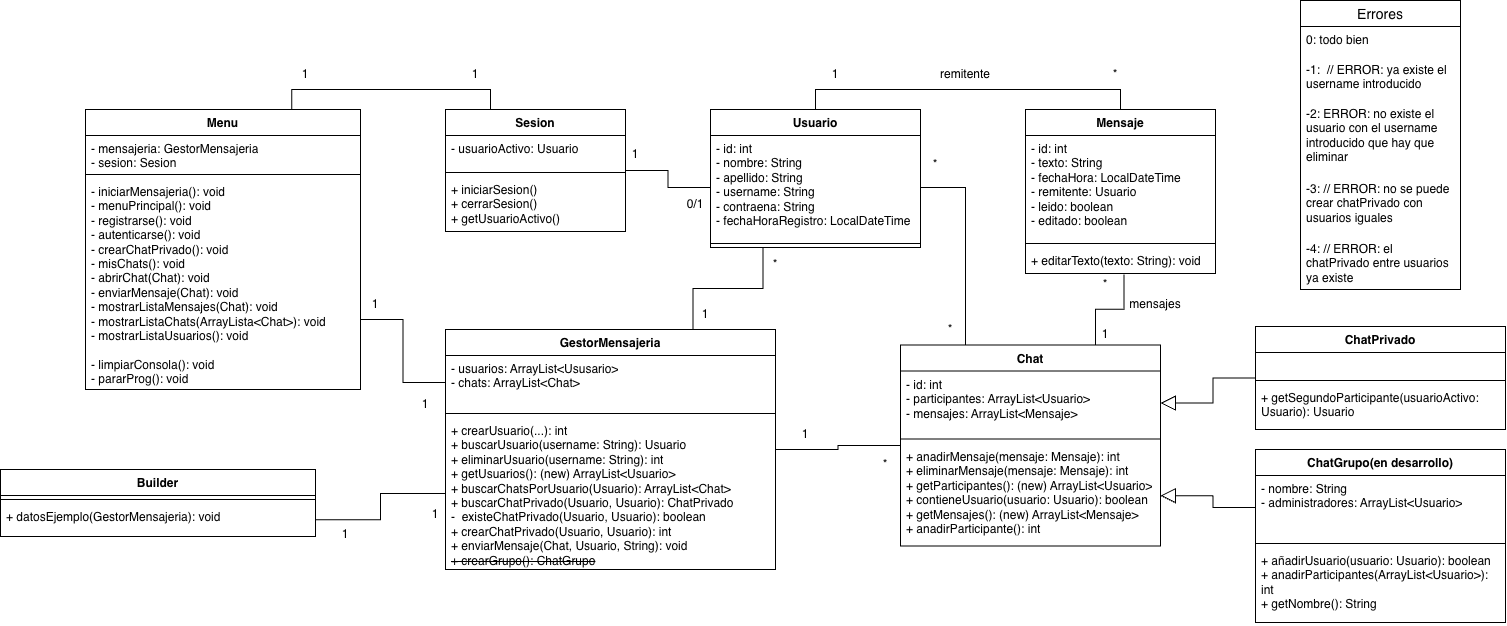
Above: mensajeriaDiagrama.drawio.png in martishenya/messengerJava (draw.io), before the change. Source tidied: cells renumbered, new cells last; positions are measured from the earlier drawing's top-left corner, leaving out a move shared by most shapes.
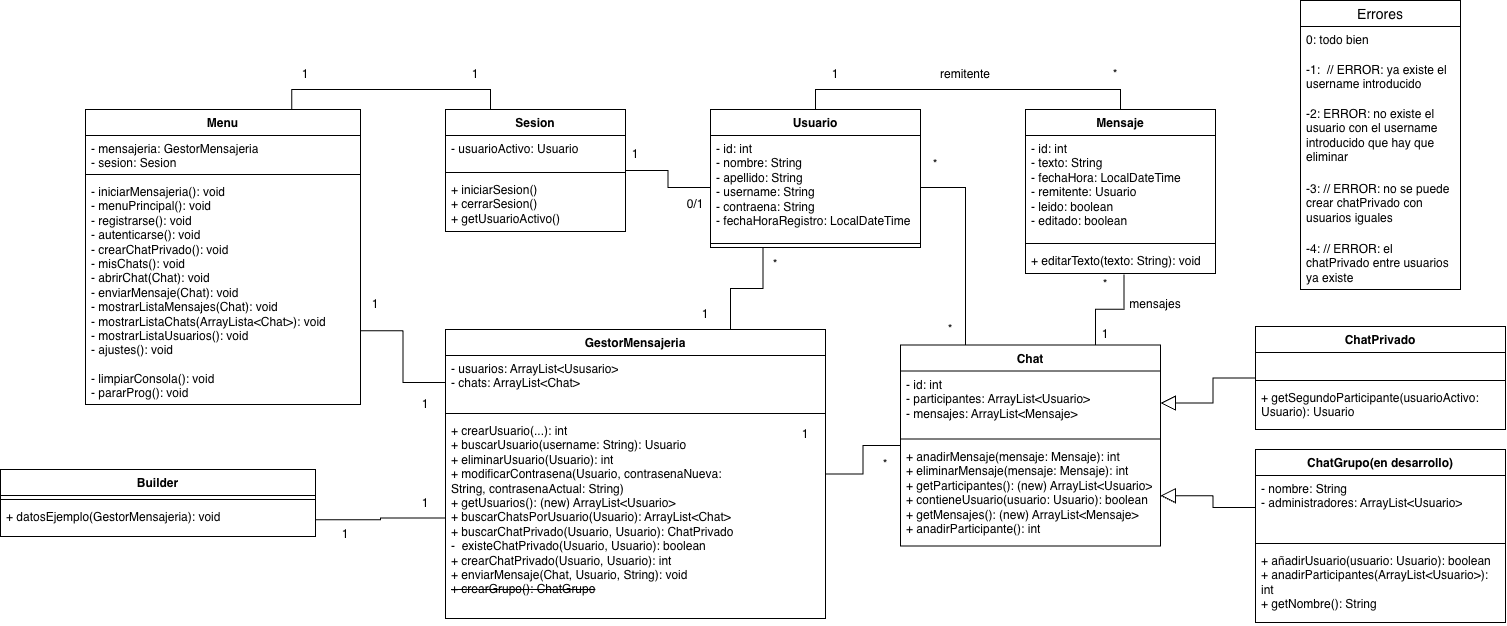
The same file after the commit.

Diff of the diagram source:
```diff
@@ -63,16 +63,16 @@
       <mxGeometry relative="1" as="geometry" />
     </mxCell>
     <mxCell id="22" value="GestorMensajeria" style="swimlane;fontStyle=1;align=center;verticalAlign=top;horizontal=1;startSize=26;whiteSpace=wrap;html=1;" parent="1" vertex="1">
-      <mxGeometry x="445" y="329" width="330" height="240" as="geometry" />
+      <mxGeometry x="445" y="329" width="380" height="289" as="geometry" />
     </mxCell>
     <mxCell id="23" value="&lt;div&gt;- usuarios: ArrayList&amp;lt;Ususario&amp;gt;&lt;br&gt;&lt;div&gt;- chats: ArrayList&amp;lt;Chat&amp;gt;&lt;/div&gt;&lt;/div&gt;" style="text;strokeColor=none;fillColor=none;align=left;verticalAlign=top;spacingLeft=4;spacingRight=4;overflow=hidden;points=[[0,0.5],[1,0.5]];portConstraint=eastwest;whiteSpace=wrap;html=1;" parent="22" vertex="1">
-      <mxGeometry y="26" width="330" height="54" as="geometry" />
+      <mxGeometry y="26" width="380" height="54" as="geometry" />
     </mxCell>
     <mxCell id="24" style="line;strokeWidth=1;fillColor=none;align=left;verticalAlign=middle;spacingTop=-1;spacingLeft=3;spacingRight=3;labelPosition=right;strokeColor=inherit;" parent="22" vertex="1">
-      <mxGeometry y="80" width="330" height="8" as="geometry" />
+      <mxGeometry y="80" width="380" height="8" as="geometry" />
     </mxCell>
-    <mxCell id="25" value="&lt;div&gt;+ crearUsuario(...): int&lt;/div&gt;&lt;div&gt;+ buscarUsuario(username: String): Usuario&lt;/div&gt;&lt;div&gt;+ eliminarUsuario(username: String): int&lt;/div&gt;&lt;div&gt;+ getUsuarios(): (new) ArrayList&amp;lt;Usuario&amp;gt;&lt;/div&gt;&lt;div&gt;+ buscarChatsPorUsuario(Usuario): ArrayList&amp;lt;Chat&amp;gt;&lt;/div&gt;&lt;div&gt;+ buscarChatPrivado(Usuario, Usuario): ChatPrivado&lt;/div&gt;&lt;div&gt;-&amp;nbsp; existeChatPrivado(&lt;span style=&quot;background-color: transparent; color: light-dark(#000000, var(--ge-light-color, #ffffff));&quot;&gt;Usuario, Usuario): boolean&lt;/span&gt;&lt;span style=&quot;background-color: transparent; color: light-dark(#000000, var(--ge-light-color, #ffffff));&quot;&gt;&amp;nbsp;&lt;/span&gt;&lt;/div&gt;&lt;div&gt;+ crearChatPrivado(Usuario, Usuario): int&lt;/div&gt;&lt;div&gt;+ enviarMensaje(Chat, Usuario, String): void&lt;/div&gt;&lt;div&gt;&lt;strike&gt;+ crearGrupo(): ChatGrupo&lt;/strike&gt;&lt;/div&gt;" style="text;strokeColor=none;fillColor=none;align=left;verticalAlign=top;spacingLeft=4;spacingRight=4;overflow=hidden;points=[[0,0.5],[1,0.5]];portConstraint=eastwest;whiteSpace=wrap;html=1;" parent="22" vertex="1">
-      <mxGeometry y="88" width="330" height="152" as="geometry" />
+    <mxCell id="25" value="&lt;div&gt;+ crearUsuario(...): int&lt;/div&gt;&lt;div&gt;+ buscarUsuario(username: String): Usuario&lt;/div&gt;&lt;div&gt;+ eliminarUsuario(Usuario): int&lt;/div&gt;&lt;div&gt;+ modificarContrasena(Usuario,&amp;nbsp;&lt;span style=&quot;background-color: transparent; color: light-dark(#000000, var(--ge-light-color, #ffffff));&quot;&gt;contrasenaNueva: String,&amp;nbsp;&lt;/span&gt;&lt;span style=&quot;background-color: transparent; color: light-dark(#000000, var(--ge-light-color, #ffffff));&quot;&gt;contrasenaActual: String)&lt;/span&gt;&lt;/div&gt;&lt;div&gt;+ getUsuarios(): (new) ArrayList&amp;lt;Usuario&amp;gt;&lt;/div&gt;&lt;div&gt;+ buscarChatsPorUsuario(Usuario): ArrayList&amp;lt;Chat&amp;gt;&lt;/div&gt;&lt;div&gt;+ buscarChatPrivado(Usuario, Usuario): ChatPrivado&lt;/div&gt;&lt;div&gt;-&amp;nbsp; existeChatPrivado(&lt;span style=&quot;background-color: transparent; color: light-dark(#000000, var(--ge-light-color, #ffffff));&quot;&gt;Usuario, Usuario): boolean&lt;/span&gt;&lt;span style=&quot;background-color: transparent; color: light-dark(#000000, var(--ge-light-color, #ffffff));&quot;&gt;&amp;nbsp;&lt;/span&gt;&lt;/div&gt;&lt;div&gt;+ crearChatPrivado(Usuario, Usuario): int&lt;/div&gt;&lt;div&gt;+ enviarMensaje(Chat, Usuario, String): void&lt;/div&gt;&lt;div&gt;&lt;strike&gt;+ crearGrupo(): ChatGrupo&lt;/strike&gt;&lt;/div&gt;" style="text;strokeColor=none;fillColor=none;align=left;verticalAlign=top;spacingLeft=4;spacingRight=4;overflow=hidden;points=[[0,0.5],[1,0.5]];portConstraint=eastwest;whiteSpace=wrap;html=1;" parent="22" vertex="1">
+      <mxGeometry y="88" width="380" height="201" as="geometry" />
     </mxCell>
     <mxCell id="26" style="edgeStyle=orthogonalEdgeStyle;rounded=0;jettySize=auto;html=1;exitX=1;exitY=0.75;exitDx=0;exitDy=0;entryX=0;entryY=0.5;entryDx=0;entryDy=0;defaultLabelBackgroundColor=page;endArrow=none;endFill=0;" parent="1" edge="1" source="28" target="23">
       <mxGeometry relative="1" as="geometry" />
@@ -81,7 +81,7 @@
       <mxGeometry relative="1" as="geometry" />
     </mxCell>
     <mxCell id="28" value="Menu" style="swimlane;fontStyle=1;align=center;verticalAlign=top;horizontal=1;startSize=26;whiteSpace=wrap;html=1;" parent="1" vertex="1">
-      <mxGeometry x="85" y="109" width="275" height="280" as="geometry" />
+      <mxGeometry x="85" y="109" width="275" height="295" as="geometry" />
     </mxCell>
     <mxCell id="29" value="&lt;div&gt;- mensajeria: GestorMensajeria&lt;/div&gt;&lt;div&gt;- sesion: Sesion&lt;br&gt;&lt;div&gt;&lt;br&gt;&lt;/div&gt;&lt;/div&gt;" style="text;strokeColor=none;fillColor=none;align=left;verticalAlign=top;spacingLeft=4;spacingRight=4;overflow=hidden;whiteSpace=wrap;html=1;" parent="28" vertex="1">
       <mxGeometry y="26" width="275" height="35" as="geometry" />
@@ -89,8 +89,8 @@
     <mxCell id="30" style="line;strokeWidth=1;fillColor=none;align=left;verticalAlign=middle;spacingTop=-1;spacingLeft=3;spacingRight=3;labelPosition=right;strokeColor=inherit;" parent="28" vertex="1">
       <mxGeometry y="61" width="275" height="8" as="geometry" />
     </mxCell>
-    <mxCell id="31" value="&lt;div&gt;- iniciarMensajeria(): void&lt;/div&gt;&lt;div&gt;- menuPrincipal(): void&lt;/div&gt;&lt;div&gt;- registrarse(): void&lt;/div&gt;&lt;div&gt;- autenticarse(): void&lt;/div&gt;&lt;div&gt;- crearChatPrivado(): void&lt;/div&gt;&lt;div&gt;- misChats(): void&lt;/div&gt;&lt;div&gt;- abrirChat(Chat): void&lt;/div&gt;&lt;div&gt;- enviarMensaje(Chat): void&lt;/div&gt;&lt;div&gt;- mostrarListaMensajes(Chat): void&lt;/div&gt;&lt;div&gt;- mostrarListaChats(ArrayLista&amp;lt;Chat&amp;gt;): void&lt;/div&gt;&lt;div&gt;- mostrarListaUsuarios(): void&amp;nbsp;&lt;/div&gt;&lt;div&gt;&lt;br&gt;&lt;/div&gt;&lt;div&gt;- limpiarConsola(): void&lt;/div&gt;&lt;div&gt;- pararProg(): void&lt;/div&gt;" style="text;strokeColor=none;fillColor=none;align=left;verticalAlign=top;spacingLeft=4;spacingRight=4;overflow=hidden;whiteSpace=wrap;html=1;" parent="28" vertex="1">
-      <mxGeometry y="69" width="275" height="211" as="geometry" />
+    <mxCell id="31" value="&lt;div&gt;- iniciarMensajeria(): void&lt;/div&gt;&lt;div&gt;- menuPrincipal(): void&lt;/div&gt;&lt;div&gt;- registrarse(): void&lt;/div&gt;&lt;div&gt;- autenticarse(): void&lt;/div&gt;&lt;div&gt;- crearChatPrivado(): void&lt;/div&gt;&lt;div&gt;- misChats(): void&lt;/div&gt;&lt;div&gt;- abrirChat(Chat): void&lt;/div&gt;&lt;div&gt;- enviarMensaje(Chat): void&lt;/div&gt;&lt;div&gt;- mostrarListaMensajes(Chat): void&lt;/div&gt;&lt;div&gt;- mostrarListaChats(ArrayLista&amp;lt;Chat&amp;gt;): void&lt;/div&gt;&lt;div&gt;- mostrarListaUsuarios(): void&amp;nbsp;&lt;/div&gt;&lt;div&gt;- ajustes(): void&lt;/div&gt;&lt;div&gt;&lt;br&gt;&lt;/div&gt;&lt;div&gt;- limpiarConsola(): void&lt;/div&gt;&lt;div&gt;- pararProg(): void&lt;/div&gt;" style="text;strokeColor=none;fillColor=none;align=left;verticalAlign=top;spacingLeft=4;spacingRight=4;overflow=hidden;whiteSpace=wrap;html=1;" parent="28" vertex="1">
+      <mxGeometry y="69" width="275" height="226" as="geometry" />
     </mxCell>
     <mxCell id="32" style="edgeStyle=orthogonalEdgeStyle;rounded=0;jettySize=auto;html=1;exitX=1;exitY=0.75;exitDx=0;exitDy=0;entryX=0;entryY=0.5;entryDx=0;entryDy=0;defaultLabelBackgroundColor=page;endArrow=none;endFill=0;" parent="1" edge="1" source="33" target="25">
       <mxGeometry relative="1" as="geometry" />
@@ -195,7 +195,7 @@
       <mxGeometry x="315" y="519" width="60" height="30" as="geometry" />
     </mxCell>
     <mxCell id="66" value="1" style="text;html=1;whiteSpace=wrap;strokeColor=none;fillColor=none;align=center;verticalAlign=middle;rounded=0;" parent="1" vertex="1">
-      <mxGeometry x="405" y="499" width="60" height="30" as="geometry" />
+      <mxGeometry x="395" y="487.5" width="60" height="30" as="geometry" />
     </mxCell>
     <mxCell id="67" value="Errores" style="swimlane;fontStyle=0;horizontal=1;startSize=26;align=center;fontSize=14;" parent="1" vertex="1">
       <mxGeometry x="1300" width="160" height="289" as="geometry" />
```
